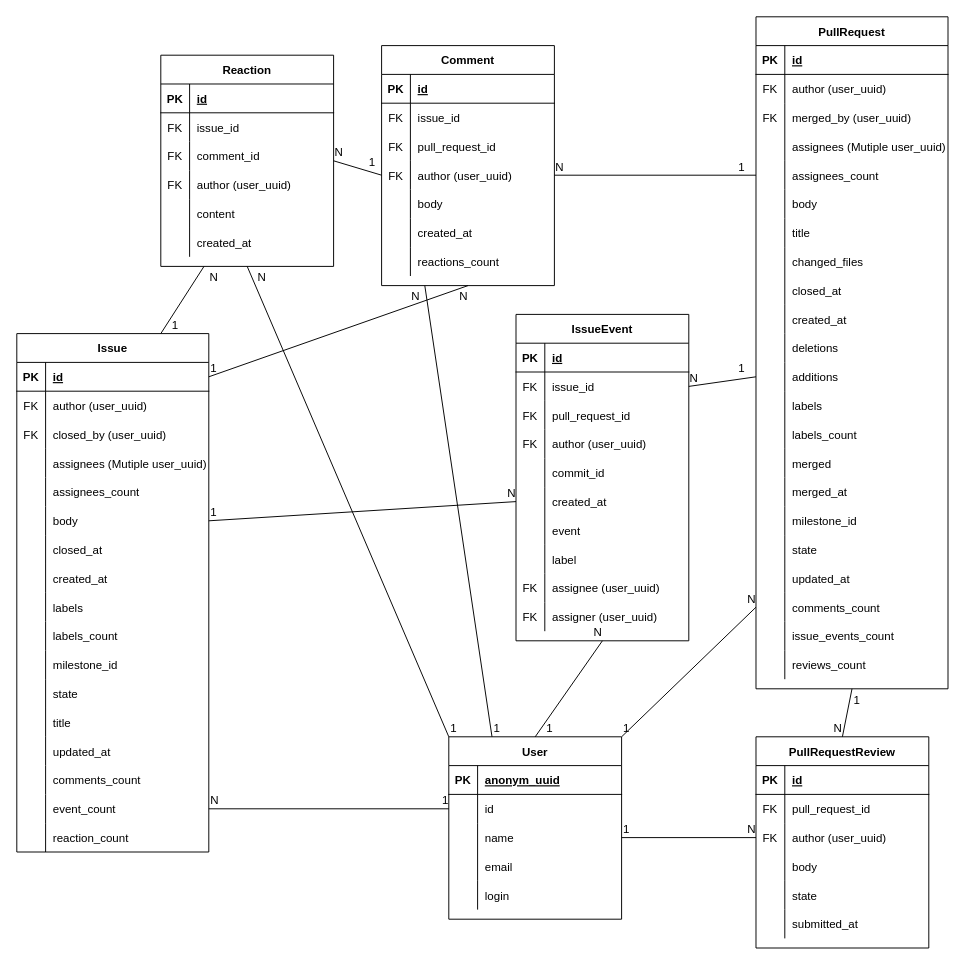
Earlier version of the draw.io diagram docu/ER_diagram/ER_diagram.drawio (TUBAF-IFI-DiPiT/github2pandas). Source tidied: cells renumbered, new cells numbered last; positions are measured from the earlier drawing's top-left corner, leaving out a move shared by most shapes. Both pictures are drawn from the tidied source at 96%, with x=0, y=0 at pixel (16, 16).
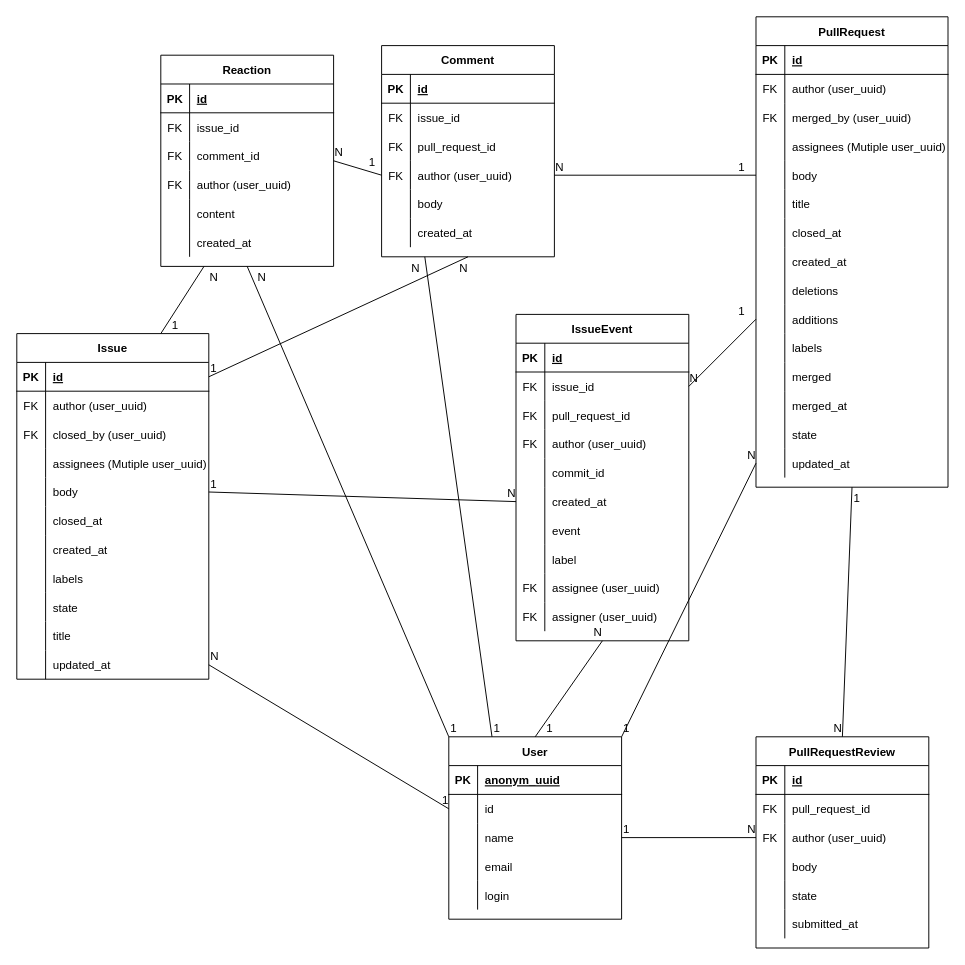
The same diagram, later.

The change refers to these unchanged cells:
```xml
<mxCell id="64" style="shape=partialRectangle;fillColor=none;top=0;left=0;bottom=0;right=0;points=[[0,0.5],[1,0.5]];portConstraint=eastwest;" parent="54" vertex="1">
  <mxGeometry y="120" width="180" height="30" as="geometry" />
</mxCell>
<mxCell id="126" value="User" style="shape=table;startSize=30;childLayout=tableLayout;rowLines=0;fontStyle=1;align=center;" parent="1" vertex="1">
  <mxGeometry x="450" y="750" width="180" height="190" as="geometry" />
</mxCell>
<mxCell id="130" style="shape=partialRectangle;fillColor=none;top=0;left=0;bottom=0;right=0;points=[[0,0.5],[1,0.5]];portConstraint=eastwest;" parent="126" vertex="1">
  <mxGeometry y="60" width="180" height="30" as="geometry" />
</mxCell>
```

Change to the diagram source:
```diff
@@
     <mxCell id="2" value="Issue" style="shape=table;startSize=30;childLayout=tableLayout;rowLines=0;fontStyle=1;align=center;" parent="1" vertex="1">
-      <mxGeometry y="330" width="200" height="540" as="geometry" />
+      <mxGeometry y="330" width="200" height="360" as="geometry" />
     </mxCell>
@@
-    <mxCell id="15" style="shape=partialRectangle;fillColor=none;top=0;left=0;bottom=0;right=0;" parent="2" vertex="1">
-      <mxGeometry y="150" width="200" height="30" as="geometry" />
-    </mxCell>
-    <mxCell id="16" style="shape=partialRectangle;fillColor=none;top=0;left=0;bottom=0;right=0;overflow=hidden;" parent="15" vertex="1">
-      <mxGeometry width="30" height="30" as="geometry" />
-    </mxCell>
-    <mxCell id="17" value="assignees_count" style="shape=partialRectangle;fillColor=none;top=0;left=0;bottom=0;right=0;align=left;spacingLeft=6;overflow=hidden;" parent="15" vertex="1">
-      <mxGeometry x="30" width="170" height="30" as="geometry" />
-    </mxCell>
     <mxCell id="18" style="shape=partialRectangle;fillColor=none;top=0;left=0;bottom=0;right=0;points=[[0,0.5],[1,0.5]];portConstraint=eastwest;" parent="2" vertex="1">
-      <mxGeometry y="180" width="200" height="30" as="geometry" />
+      <mxGeometry y="150" width="200" height="30" as="geometry" />
     </mxCell>
@@
     <mxCell id="21" style="shape=partialRectangle;fillColor=none;top=0;left=0;bottom=0;right=0;" parent="2" vertex="1">
-      <mxGeometry y="210" width="200" height="30" as="geometry" />
+      <mxGeometry y="180" width="200" height="30" as="geometry" />
     </mxCell>
@@
     <mxCell id="24" style="shape=partialRectangle;fillColor=none;top=0;left=0;bottom=0;right=0;" parent="2" vertex="1">
-      <mxGeometry y="240" width="200" height="30" as="geometry" />
+      <mxGeometry y="210" width="200" height="30" as="geometry" />
     </mxCell>
@@
     <mxCell id="27" style="shape=partialRectangle;fillColor=none;top=0;left=0;bottom=0;right=0;" parent="2" vertex="1">
-      <mxGeometry y="270" width="200" height="30" as="geometry" />
+      <mxGeometry y="240" width="200" height="30" as="geometry" />
     </mxCell>
@@
-    <mxCell id="30" style="shape=partialRectangle;fillColor=none;top=0;left=0;bottom=0;right=0;" parent="2" vertex="1">
-      <mxGeometry y="300" width="200" height="30" as="geometry" />
-    </mxCell>
-    <mxCell id="31" style="shape=partialRectangle;fillColor=none;top=0;left=0;bottom=0;right=0;overflow=hidden;" parent="30" vertex="1">
-      <mxGeometry width="30" height="30" as="geometry" />
-    </mxCell>
-    <mxCell id="32" value="labels_count" style="shape=partialRectangle;fillColor=none;top=0;left=0;bottom=0;right=0;align=left;spacingLeft=6;overflow=hidden;" parent="30" vertex="1">
-      <mxGeometry x="30" width="170" height="30" as="geometry" />
-    </mxCell>
-    <mxCell id="33" style="shape=partialRectangle;fillColor=none;top=0;left=0;bottom=0;right=0;" parent="2" vertex="1">
-      <mxGeometry y="330" width="200" height="30" as="geometry" />
-    </mxCell>
-    <mxCell id="34" style="shape=partialRectangle;fillColor=none;top=0;left=0;bottom=0;right=0;overflow=hidden;" parent="33" vertex="1">
-      <mxGeometry width="30" height="30" as="geometry" />
-    </mxCell>
-    <mxCell id="35" value="milestone_id" style="shape=partialRectangle;fillColor=none;top=0;left=0;bottom=0;right=0;align=left;spacingLeft=6;overflow=hidden;" parent="33" vertex="1">
-      <mxGeometry x="30" width="170" height="30" as="geometry" />
-    </mxCell>
     <mxCell id="36" style="shape=partialRectangle;fillColor=none;top=0;left=0;bottom=0;right=0;" parent="2" vertex="1">
-      <mxGeometry y="360" width="200" height="30" as="geometry" />
+      <mxGeometry y="270" width="200" height="30" as="geometry" />
     </mxCell>
@@
     <mxCell id="39" style="shape=partialRectangle;fillColor=none;top=0;left=0;bottom=0;right=0;" parent="2" vertex="1">
-      <mxGeometry y="390" width="200" height="30" as="geometry" />
+      <mxGeometry y="300" width="200" height="30" as="geometry" />
     </mxCell>
@@
     <mxCell id="42" style="shape=partialRectangle;fillColor=none;top=0;left=0;bottom=0;right=0;points=[[0,0.5],[1,0.5]];portConstraint=eastwest;" parent="2" vertex="1">
-      <mxGeometry y="420" width="200" height="30" as="geometry" />
+      <mxGeometry y="330" width="200" height="30" as="geometry" />
     </mxCell>
@@
-    <mxCell id="45" style="shape=partialRectangle;fillColor=none;top=0;left=0;bottom=0;right=0;" parent="2" vertex="1">
-      <mxGeometry y="450" width="200" height="30" as="geometry" />
-    </mxCell>
-    <mxCell id="46" style="shape=partialRectangle;fillColor=none;top=0;left=0;bottom=0;right=0;overflow=hidden;" parent="45" vertex="1">
-      <mxGeometry width="30" height="30" as="geometry" />
-    </mxCell>
-    <mxCell id="47" value="comments_count" style="shape=partialRectangle;fillColor=none;top=0;left=0;bottom=0;right=0;align=left;spacingLeft=6;overflow=hidden;" parent="45" vertex="1">
-      <mxGeometry x="30" width="170" height="30" as="geometry" />
-    </mxCell>
-    <mxCell id="48" style="shape=partialRectangle;fillColor=none;top=0;left=0;bottom=0;right=0;points=[[0,0.5],[1,0.5]];portConstraint=eastwest;" parent="2" vertex="1">
-      <mxGeometry y="480" width="200" height="30" as="geometry" />
-    </mxCell>
-    <mxCell id="49" style="shape=partialRectangle;fillColor=none;top=0;left=0;bottom=0;right=0;overflow=hidden;" parent="48" vertex="1">
-      <mxGeometry width="30" height="30" as="geometry" />
-    </mxCell>
-    <mxCell id="50" value="event_count" style="shape=partialRectangle;fillColor=none;top=0;left=0;bottom=0;right=0;align=left;spacingLeft=6;overflow=hidden;" parent="48" vertex="1">
-      <mxGeometry x="30" width="170" height="30" as="geometry" />
-    </mxCell>
-    <mxCell id="51" style="shape=partialRectangle;fillColor=none;top=0;left=0;bottom=0;right=0;" parent="2" vertex="1">
-      <mxGeometry y="510" width="200" height="30" as="geometry" />
-    </mxCell>
-    <mxCell id="52" style="shape=partialRectangle;fillColor=none;top=0;left=0;bottom=0;right=0;overflow=hidden;" parent="51" vertex="1">
-      <mxGeometry width="30" height="30" as="geometry" />
-    </mxCell>
-    <mxCell id="53" value="reaction_count" style="shape=partialRectangle;fillColor=none;top=0;left=0;bottom=0;right=0;align=left;spacingLeft=6;overflow=hidden;" parent="51" vertex="1">
-      <mxGeometry x="30" width="170" height="30" as="geometry" />
-    </mxCell>
     <mxCell id="54" value="Comment" style="shape=table;startSize=30;childLayout=tableLayout;rowLines=0;fontStyle=1;align=center;" parent="1" vertex="1">
-      <mxGeometry x="380" y="30" width="180" height="250" as="geometry" />
+      <mxGeometry x="380" y="30" width="180" height="220" as="geometry" />
     </mxCell>
@@
-    <mxCell id="73" style="shape=partialRectangle;fillColor=none;top=0;left=0;bottom=0;right=0;" parent="54" vertex="1">
-      <mxGeometry y="210" width="180" height="30" as="geometry" />
-    </mxCell>
-    <mxCell id="74" style="shape=partialRectangle;fillColor=none;top=0;left=0;bottom=0;right=0;overflow=hidden;" parent="73" vertex="1">
-      <mxGeometry width="30" height="30" as="geometry" />
-    </mxCell>
-    <mxCell id="75" value="reactions_count" style="shape=partialRectangle;fillColor=none;top=0;left=0;bottom=0;right=0;align=left;spacingLeft=6;overflow=hidden;" parent="73" vertex="1">
-      <mxGeometry x="30" width="150" height="30" as="geometry" />
-    </mxCell>
@@
     <mxCell id="142" value="PullRequest" style="shape=table;startSize=30;childLayout=tableLayout;rowLines=0;fontStyle=1;align=center;" parent="1" vertex="1">
-      <mxGeometry x="770" width="200" height="700" as="geometry" />
+      <mxGeometry x="770" width="200" height="490" as="geometry" />
     </mxCell>
@@
-    <mxCell id="155" style="shape=partialRectangle;fillColor=none;top=0;left=0;bottom=0;right=0;points=[[0,0.5],[1,0.5]];portConstraint=eastwest;" parent="142" vertex="1">
-      <mxGeometry y="150" width="200" height="30" as="geometry" />
-    </mxCell>
-    <mxCell id="156" style="shape=partialRectangle;fillColor=none;top=0;left=0;bottom=0;right=0;overflow=hidden;" parent="155" vertex="1">
-      <mxGeometry width="30" height="30" as="geometry" />
-    </mxCell>
-    <mxCell id="157" value="assignees_count" style="shape=partialRectangle;fillColor=none;top=0;left=0;bottom=0;right=0;align=left;spacingLeft=6;overflow=hidden;" parent="155" vertex="1">
-      <mxGeometry x="30" width="170" height="30" as="geometry" />
-    </mxCell>
     <mxCell id="158" style="shape=partialRectangle;fillColor=none;top=0;left=0;bottom=0;right=0;" parent="142" vertex="1">
-      <mxGeometry y="180" width="200" height="30" as="geometry" />
+      <mxGeometry y="150" width="200" height="30" as="geometry" />
     </mxCell>
@@
     <mxCell id="161" style="shape=partialRectangle;fillColor=none;top=0;left=0;bottom=0;right=0;" parent="142" vertex="1">
-      <mxGeometry y="210" width="200" height="30" as="geometry" />
+      <mxGeometry y="180" width="200" height="30" as="geometry" />
     </mxCell>
@@
-    <mxCell id="164" style="shape=partialRectangle;fillColor=none;top=0;left=0;bottom=0;right=0;" parent="142" vertex="1">
-      <mxGeometry y="240" width="200" height="30" as="geometry" />
-    </mxCell>
-    <mxCell id="165" style="shape=partialRectangle;fillColor=none;top=0;left=0;bottom=0;right=0;overflow=hidden;" parent="164" vertex="1">
-      <mxGeometry width="30" height="30" as="geometry" />
-    </mxCell>
-    <mxCell id="166" value="changed_files" style="shape=partialRectangle;fillColor=none;top=0;left=0;bottom=0;right=0;align=left;spacingLeft=6;overflow=hidden;" parent="164" vertex="1">
-      <mxGeometry x="30" width="170" height="30" as="geometry" />
-    </mxCell>
     <mxCell id="167" style="shape=partialRectangle;fillColor=none;top=0;left=0;bottom=0;right=0;" parent="142" vertex="1">
-      <mxGeometry y="270" width="200" height="30" as="geometry" />
+      <mxGeometry y="210" width="200" height="30" as="geometry" />
     </mxCell>
@@
     <mxCell id="170" style="shape=partialRectangle;fillColor=none;top=0;left=0;bottom=0;right=0;" parent="142" vertex="1">
-      <mxGeometry y="300" width="200" height="30" as="geometry" />
+      <mxGeometry y="240" width="200" height="30" as="geometry" />
     </mxCell>
@@
     <mxCell id="173" style="shape=partialRectangle;fillColor=none;top=0;left=0;bottom=0;right=0;" parent="142" vertex="1">
-      <mxGeometry y="330" width="200" height="30" as="geometry" />
+      <mxGeometry y="270" width="200" height="30" as="geometry" />
     </mxCell>
@@
     <mxCell id="176" style="shape=partialRectangle;fillColor=none;top=0;left=0;bottom=0;right=0;points=[[0,0.5],[1,0.5]];portConstraint=eastwest;" parent="142" vertex="1">
-      <mxGeometry y="360" width="200" height="30" as="geometry" />
+      <mxGeometry y="300" width="200" height="30" as="geometry" />
     </mxCell>
@@
     <mxCell id="179" style="shape=partialRectangle;fillColor=none;top=0;left=0;bottom=0;right=0;" parent="142" vertex="1">
-      <mxGeometry y="390" width="200" height="30" as="geometry" />
+      <mxGeometry y="330" width="200" height="30" as="geometry" />
     </mxCell>
@@
-    <mxCell id="182" style="shape=partialRectangle;fillColor=none;top=0;left=0;bottom=0;right=0;" parent="142" vertex="1">
-      <mxGeometry y="420" width="200" height="30" as="geometry" />
-    </mxCell>
-    <mxCell id="183" style="shape=partialRectangle;fillColor=none;top=0;left=0;bottom=0;right=0;overflow=hidden;" parent="182" vertex="1">
-      <mxGeometry width="30" height="30" as="geometry" />
-    </mxCell>
-    <mxCell id="184" value="labels_count" style="shape=partialRectangle;fillColor=none;top=0;left=0;bottom=0;right=0;align=left;spacingLeft=6;overflow=hidden;" parent="182" vertex="1">
-      <mxGeometry x="30" width="170" height="30" as="geometry" />
-    </mxCell>
     <mxCell id="185" style="shape=partialRectangle;fillColor=none;top=0;left=0;bottom=0;right=0;" parent="142" vertex="1">
-      <mxGeometry y="450" width="200" height="30" as="geometry" />
+      <mxGeometry y="360" width="200" height="30" as="geometry" />
     </mxCell>
@@
     <mxCell id="188" style="shape=partialRectangle;fillColor=none;top=0;left=0;bottom=0;right=0;" parent="142" vertex="1">
-      <mxGeometry y="480" width="200" height="30" as="geometry" />
+      <mxGeometry y="390" width="200" height="30" as="geometry" />
     </mxCell>
@@
-    <mxCell id="191" style="shape=partialRectangle;fillColor=none;top=0;left=0;bottom=0;right=0;" parent="142" vertex="1">
-      <mxGeometry y="510" width="200" height="30" as="geometry" />
-    </mxCell>
-    <mxCell id="192" style="shape=partialRectangle;fillColor=none;top=0;left=0;bottom=0;right=0;overflow=hidden;" parent="191" vertex="1">
-      <mxGeometry width="30" height="30" as="geometry" />
-    </mxCell>
-    <mxCell id="193" value="milestone_id" style="shape=partialRectangle;fillColor=none;top=0;left=0;bottom=0;right=0;align=left;spacingLeft=6;overflow=hidden;" parent="191" vertex="1">
-      <mxGeometry x="30" width="170" height="30" as="geometry" />
-    </mxCell>
     <mxCell id="194" style="shape=partialRectangle;fillColor=none;top=0;left=0;bottom=0;right=0;" parent="142" vertex="1">
-      <mxGeometry y="540" width="200" height="30" as="geometry" />
+      <mxGeometry y="420" width="200" height="30" as="geometry" />
     </mxCell>
@@
     <mxCell id="197" style="shape=partialRectangle;fillColor=none;top=0;left=0;bottom=0;right=0;points=[[0,0.5],[1,0.5]];portConstraint=eastwest;" parent="142" vertex="1">
-      <mxGeometry y="570" width="200" height="30" as="geometry" />
+      <mxGeometry y="450" width="200" height="30" as="geometry" />
     </mxCell>
@@
-    <mxCell id="200" style="shape=partialRectangle;fillColor=none;top=0;left=0;bottom=0;right=0;points=[[0,0.5],[1,0.5]];portConstraint=eastwest;" parent="142" vertex="1">
-      <mxGeometry y="600" width="200" height="30" as="geometry" />
-    </mxCell>
-    <mxCell id="201" style="shape=partialRectangle;fillColor=none;top=0;left=0;bottom=0;right=0;overflow=hidden;" parent="200" vertex="1">
-      <mxGeometry width="30" height="30" as="geometry" />
-    </mxCell>
-    <mxCell id="202" value="comments_count" style="shape=partialRectangle;fillColor=none;top=0;left=0;bottom=0;right=0;align=left;spacingLeft=6;overflow=hidden;" parent="200" vertex="1">
-      <mxGeometry x="30" width="170" height="30" as="geometry" />
-    </mxCell>
-    <mxCell id="203" style="shape=partialRectangle;fillColor=none;top=0;left=0;bottom=0;right=0;" parent="142" vertex="1">
-      <mxGeometry y="630" width="200" height="30" as="geometry" />
-    </mxCell>
-    <mxCell id="204" style="shape=partialRectangle;fillColor=none;top=0;left=0;bottom=0;right=0;overflow=hidden;" parent="203" vertex="1">
-      <mxGeometry width="30" height="30" as="geometry" />
-    </mxCell>
-    <mxCell id="205" value="issue_events_count" style="shape=partialRectangle;fillColor=none;top=0;left=0;bottom=0;right=0;align=left;spacingLeft=6;overflow=hidden;" parent="203" vertex="1">
-      <mxGeometry x="30" width="170" height="30" as="geometry" />
-    </mxCell>
-    <mxCell id="206" style="shape=partialRectangle;fillColor=none;top=0;left=0;bottom=0;right=0;" parent="142" vertex="1">
-      <mxGeometry y="660" width="200" height="30" as="geometry" />
-    </mxCell>
-    <mxCell id="207" style="shape=partialRectangle;fillColor=none;top=0;left=0;bottom=0;right=0;overflow=hidden;" parent="206" vertex="1">
-      <mxGeometry width="30" height="30" as="geometry" />
-    </mxCell>
-    <mxCell id="208" value="reviews_count" style="shape=partialRectangle;fillColor=none;top=0;left=0;bottom=0;right=0;align=left;spacingLeft=6;overflow=hidden;" parent="206" vertex="1">
-      <mxGeometry x="30" width="170" height="30" as="geometry" />
-    </mxCell>
@@
-    <mxCell id="234" style="endArrow=none;html=1;rounded=0;entryX=0;entryY=0.5;entryDx=0;entryDy=0;exitX=1;exitY=0;exitDx=0;exitDy=0;" parent="1" edge="1" source="126" target="200">
+    <mxCell id="234" style="endArrow=none;html=1;rounded=0;entryX=0;entryY=0.5;entryDx=0;entryDy=0;exitX=1;exitY=0;exitDx=0;exitDy=0;" parent="1" edge="1" source="126" target="197">
       <mxGeometry relative="1" as="geometry" />
     </mxCell>
@@
-    <mxCell id="237" style="endArrow=none;html=1;rounded=0;exitX=1;exitY=0.5;exitDx=0;exitDy=0;entryX=0;entryY=0.5;entryDx=0;entryDy=0;" parent="1" edge="1" source="48" target="130">
+    <mxCell id="237" style="endArrow=none;html=1;rounded=0;exitX=1;exitY=0.5;exitDx=0;exitDy=0;entryX=0;entryY=0.5;entryDx=0;entryDy=0;" parent="1" edge="1" source="42" target="130">
       <mxGeometry relative="1" as="geometry" />
     </mxCell>
@@
-    <mxCell id="252" style="endArrow=none;html=1;rounded=0;exitX=0;exitY=0.5;exitDx=0;exitDy=0;entryX=1;entryY=0.5;entryDx=0;entryDy=0;" parent="1" edge="1" source="155" target="64">
-      <mxGeometry relative="1" as="geometry" />
+    <mxCell id="252" style="endArrow=none;html=1;rounded=0;exitX=0;exitY=0.5;exitDx=0;exitDy=0;entryX=1;entryY=0.5;entryDx=0;entryDy=0;" parent="1" edge="1" target="64">
+      <mxGeometry relative="1" as="geometry">
+        <mxPoint x="770" y="165" as="sourcePoint" />
+      </mxGeometry>
     </mxCell>
```
